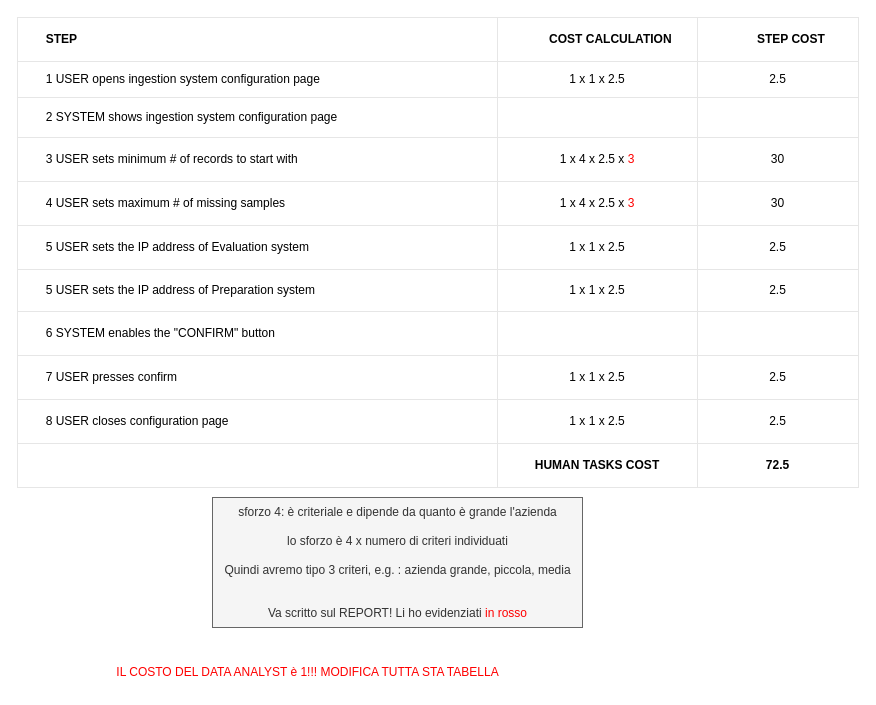
Above: configure/ingestion system (CAPE)/ingestion_system_table.drawio in BaffoBello14/AutomaticDamagesRecognition (draw.io), before the change. Source tidied: cells renumbered, new cells numbered last; positions are measured from the earlier drawing's top-left corner, leaving out a move shared by most shapes. Both pictures are drawn from the tidied source at 100%, with x=0, y=0 at pixel (17, 17).
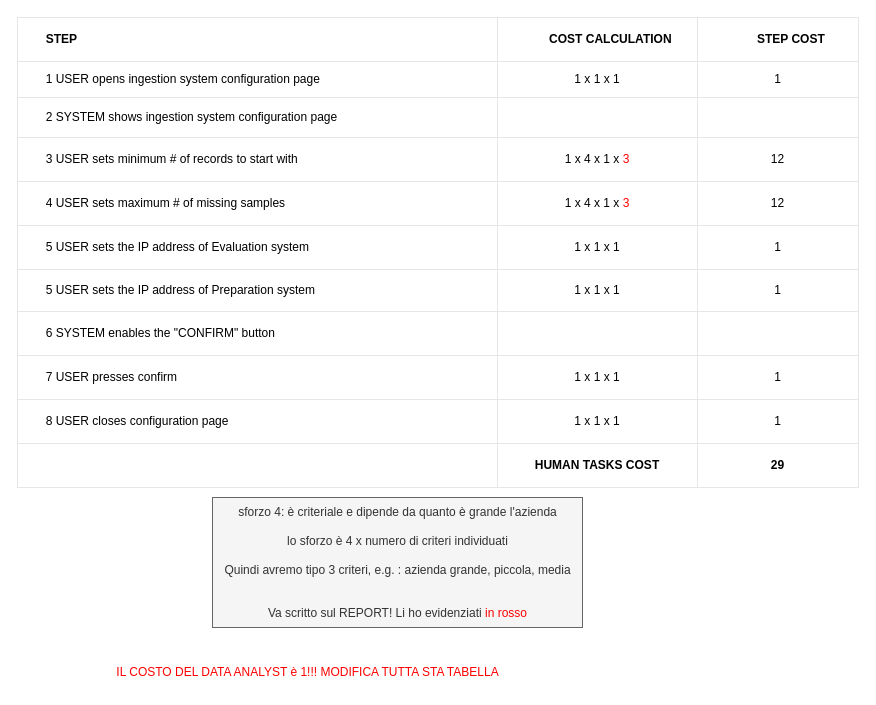
Above is the later version.

Unchanged cells that the change refers to:
```xml
<mxCell id="7" style="shape=tableRow;horizontal=0;startSize=0;swimlaneHead=0;swimlaneBody=0;top=0;left=0;bottom=0;right=0;fontStyle=0;fillColor=none;strokeColor=inherit;align=center;" parent="2" vertex="1">
  <mxGeometry y="44" width="841" height="36" as="geometry" />
</mxCell>
<mxCell id="15" style="shape=tableRow;horizontal=0;startSize=0;swimlaneHead=0;swimlaneBody=0;top=0;left=0;bottom=0;right=0;fontStyle=0;fillColor=none;strokeColor=inherit;align=center;" parent="2" vertex="1">
  <mxGeometry y="120" width="841" height="44" as="geometry" />
</mxCell>
<mxCell id="19" style="shape=tableRow;horizontal=0;startSize=0;swimlaneHead=0;swimlaneBody=0;top=0;left=0;bottom=0;right=0;fontStyle=0;fillColor=none;strokeColor=inherit;align=center;" parent="2" vertex="1">
  <mxGeometry y="164" width="841" height="44" as="geometry" />
</mxCell>
<mxCell id="23" style="shape=tableRow;horizontal=0;startSize=0;swimlaneHead=0;swimlaneBody=0;top=0;left=0;bottom=0;right=0;fontStyle=0;fillColor=none;strokeColor=inherit;align=center;" parent="2" vertex="1">
  <mxGeometry y="208" width="841" height="44" as="geometry" />
</mxCell>
<mxCell id="27" style="shape=tableRow;horizontal=0;startSize=0;swimlaneHead=0;swimlaneBody=0;top=0;left=0;bottom=0;right=0;fontStyle=0;fillColor=none;strokeColor=inherit;align=center;" parent="2" vertex="1">
  <mxGeometry y="252" width="841" height="42" as="geometry" />
</mxCell>
<mxCell id="35" style="shape=tableRow;horizontal=0;startSize=0;swimlaneHead=0;swimlaneBody=0;top=0;left=0;bottom=0;right=0;fontStyle=0;fillColor=none;strokeColor=inherit;align=center;" parent="2" vertex="1">
  <mxGeometry y="338" width="841" height="44" as="geometry" />
</mxCell>
<mxCell id="39" style="shape=tableRow;horizontal=0;startSize=0;swimlaneHead=0;swimlaneBody=0;top=0;left=0;bottom=0;right=0;fontStyle=0;fillColor=none;strokeColor=inherit;align=center;" parent="2" vertex="1">
  <mxGeometry y="382" width="841" height="44" as="geometry" />
</mxCell>
<mxCell id="43" style="shape=tableRow;horizontal=0;startSize=0;swimlaneHead=0;swimlaneBody=0;top=0;left=0;bottom=0;right=0;fontStyle=0;fillColor=none;strokeColor=inherit;align=center;" parent="2" vertex="1">
  <mxGeometry y="426" width="841" height="44" as="geometry" />
</mxCell>
```

The edit, as a diff of the source:
```diff
@@
-    <mxCell id="9" value="1 x 1 x 2.5" style="strokeColor=inherit;fillColor=none;align=center;whiteSpace=wrap;html=1;" parent="7" vertex="1">
+    <mxCell id="9" value="1 x 1 x 1" style="strokeColor=inherit;fillColor=none;align=center;whiteSpace=wrap;html=1;" parent="7" vertex="1">
       <mxGeometry x="480" width="200" height="36" as="geometry" />
     </mxCell>
-    <mxCell id="10" value="2.5" style="strokeColor=inherit;fillColor=none;align=center;whiteSpace=wrap;html=1;" parent="7" vertex="1">
+    <mxCell id="10" value="1" style="strokeColor=inherit;fillColor=none;align=center;whiteSpace=wrap;html=1;" parent="7" vertex="1">
       <mxGeometry x="680" width="161" height="36" as="geometry" />
     </mxCell>
@@
-    <mxCell id="17" value="1 x 4 x 2.5 x &lt;font color=&quot;#ff0000&quot;&gt;3&lt;/font&gt;" style="strokeColor=inherit;fillColor=none;align=center;whiteSpace=wrap;html=1;" parent="15" vertex="1">
+    <mxCell id="17" value="1 x 4 x 1 x &lt;font color=&quot;#ff0000&quot;&gt;3&lt;/font&gt;" style="strokeColor=inherit;fillColor=none;align=center;whiteSpace=wrap;html=1;" parent="15" vertex="1">
       <mxGeometry x="480" width="200" height="44" as="geometry" />
     </mxCell>
-    <mxCell id="18" value="30" style="strokeColor=inherit;fillColor=none;align=center;whiteSpace=wrap;html=1;" parent="15" vertex="1">
+    <mxCell id="18" value="12" style="strokeColor=inherit;fillColor=none;align=center;whiteSpace=wrap;html=1;" parent="15" vertex="1">
       <mxGeometry x="680" width="161" height="44" as="geometry" />
     </mxCell>
@@
-    <mxCell id="21" value="1 x 4 x 2.5 x &lt;font color=&quot;#ff0000&quot;&gt;3&lt;/font&gt;" style="strokeColor=inherit;fillColor=none;align=center;whiteSpace=wrap;html=1;" parent="19" vertex="1">
+    <mxCell id="21" value="1 x 4 x 1 x &lt;font color=&quot;#ff0000&quot;&gt;3&lt;/font&gt;" style="strokeColor=inherit;fillColor=none;align=center;whiteSpace=wrap;html=1;" parent="19" vertex="1">
       <mxGeometry x="480" width="200" height="44" as="geometry" />
     </mxCell>
-    <mxCell id="22" value="30" style="strokeColor=inherit;fillColor=none;align=center;whiteSpace=wrap;html=1;" parent="19" vertex="1">
+    <mxCell id="22" value="12" style="strokeColor=inherit;fillColor=none;align=center;whiteSpace=wrap;html=1;" parent="19" vertex="1">
       <mxGeometry x="680" width="161" height="44" as="geometry" />
     </mxCell>
@@
-    <mxCell id="25" value="1 x 1 x 2.5" style="strokeColor=inherit;fillColor=none;align=center;whiteSpace=wrap;html=1;" parent="23" vertex="1">
+    <mxCell id="25" value="1 x 1 x 1" style="strokeColor=inherit;fillColor=none;align=center;whiteSpace=wrap;html=1;" parent="23" vertex="1">
       <mxGeometry x="480" width="200" height="44" as="geometry" />
     </mxCell>
-    <mxCell id="26" value="2.5" style="strokeColor=inherit;fillColor=none;align=center;whiteSpace=wrap;html=1;" parent="23" vertex="1">
+    <mxCell id="26" value="1" style="strokeColor=inherit;fillColor=none;align=center;whiteSpace=wrap;html=1;" parent="23" vertex="1">
       <mxGeometry x="680" width="161" height="44" as="geometry" />
     </mxCell>
@@
-    <mxCell id="29" value="1 x 1 x 2.5" style="strokeColor=inherit;fillColor=none;align=center;whiteSpace=wrap;html=1;" parent="27" vertex="1">
+    <mxCell id="29" value="1 x 1 x 1" style="strokeColor=inherit;fillColor=none;align=center;whiteSpace=wrap;html=1;" parent="27" vertex="1">
       <mxGeometry x="480" width="200" height="42" as="geometry" />
     </mxCell>
-    <mxCell id="30" value="2.5" style="strokeColor=inherit;fillColor=none;align=center;whiteSpace=wrap;html=1;" parent="27" vertex="1">
+    <mxCell id="30" value="1" style="strokeColor=inherit;fillColor=none;align=center;whiteSpace=wrap;html=1;" parent="27" vertex="1">
       <mxGeometry x="680" width="161" height="42" as="geometry" />
     </mxCell>
@@
-    <mxCell id="37" value="1 x 1 x 2.5" style="strokeColor=inherit;fillColor=none;align=center;whiteSpace=wrap;html=1;" parent="35" vertex="1">
+    <mxCell id="37" value="1 x 1 x 1" style="strokeColor=inherit;fillColor=none;align=center;whiteSpace=wrap;html=1;" parent="35" vertex="1">
       <mxGeometry x="480" width="200" height="44" as="geometry" />
     </mxCell>
-    <mxCell id="38" value="2.5" style="strokeColor=inherit;fillColor=none;align=center;whiteSpace=wrap;html=1;" parent="35" vertex="1">
+    <mxCell id="38" value="1" style="strokeColor=inherit;fillColor=none;align=center;whiteSpace=wrap;html=1;" parent="35" vertex="1">
       <mxGeometry x="680" width="161" height="44" as="geometry" />
     </mxCell>
@@
-    <mxCell id="41" value="1 x 1 x 2.5" style="strokeColor=inherit;fillColor=none;align=center;whiteSpace=wrap;html=1;" parent="39" vertex="1">
+    <mxCell id="41" value="1 x 1 x 1" style="strokeColor=inherit;fillColor=none;align=center;whiteSpace=wrap;html=1;" parent="39" vertex="1">
       <mxGeometry x="480" width="200" height="44" as="geometry" />
     </mxCell>
-    <mxCell id="42" value="2.5" style="strokeColor=inherit;fillColor=none;align=center;whiteSpace=wrap;html=1;" parent="39" vertex="1">
+    <mxCell id="42" value="1" style="strokeColor=inherit;fillColor=none;align=center;whiteSpace=wrap;html=1;" parent="39" vertex="1">
       <mxGeometry x="680" width="161" height="44" as="geometry" />
     </mxCell>
@@
-    <mxCell id="46" value="72.5" style="strokeColor=inherit;fillColor=none;align=center;whiteSpace=wrap;html=1;fontStyle=1;" parent="43" vertex="1">
+    <mxCell id="46" value="29" style="strokeColor=inherit;fillColor=none;align=center;whiteSpace=wrap;html=1;fontStyle=1;" parent="43" vertex="1">
       <mxGeometry x="680" width="161" height="44" as="geometry" />
     </mxCell>
```
